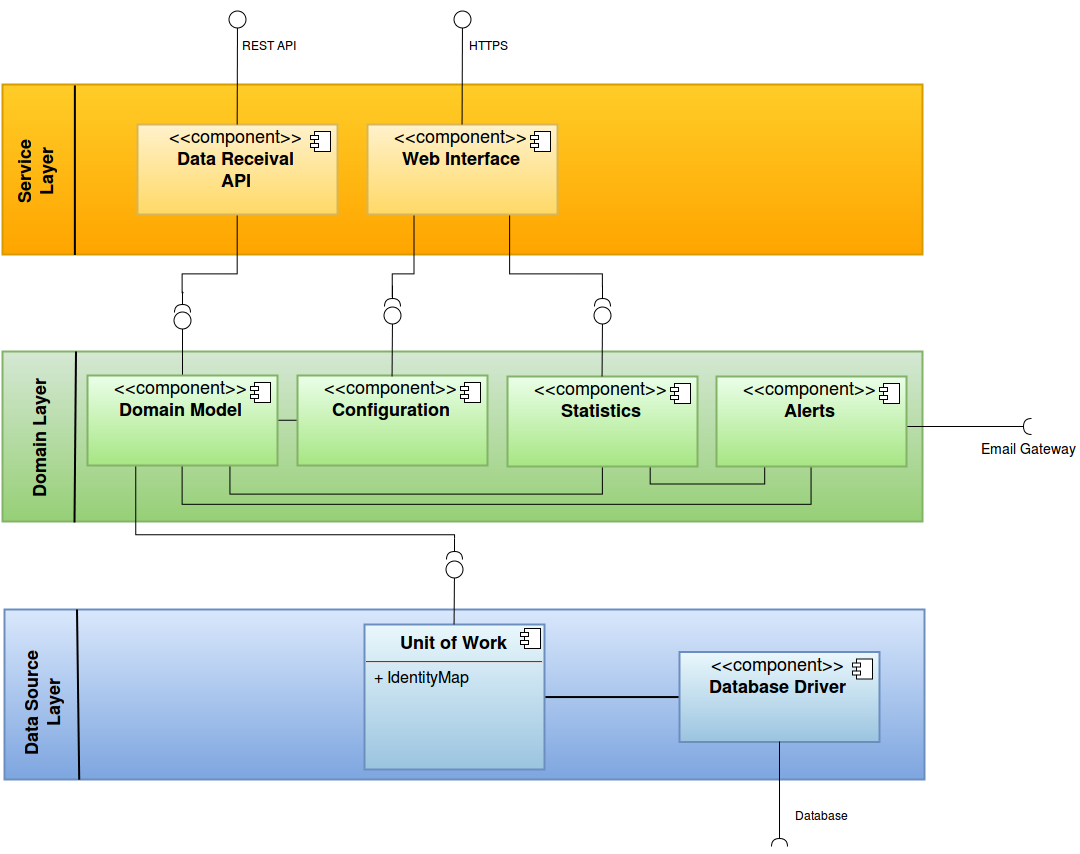
Earlier version of the draw.io export 7-software/images/Layers.png (imjoris/SoftwarePatternsGroup2). Source tidied: cells renumbered, new cells last; positions are measured from the earlier drawing's top-left corner, leaving out a move shared by most shapes.
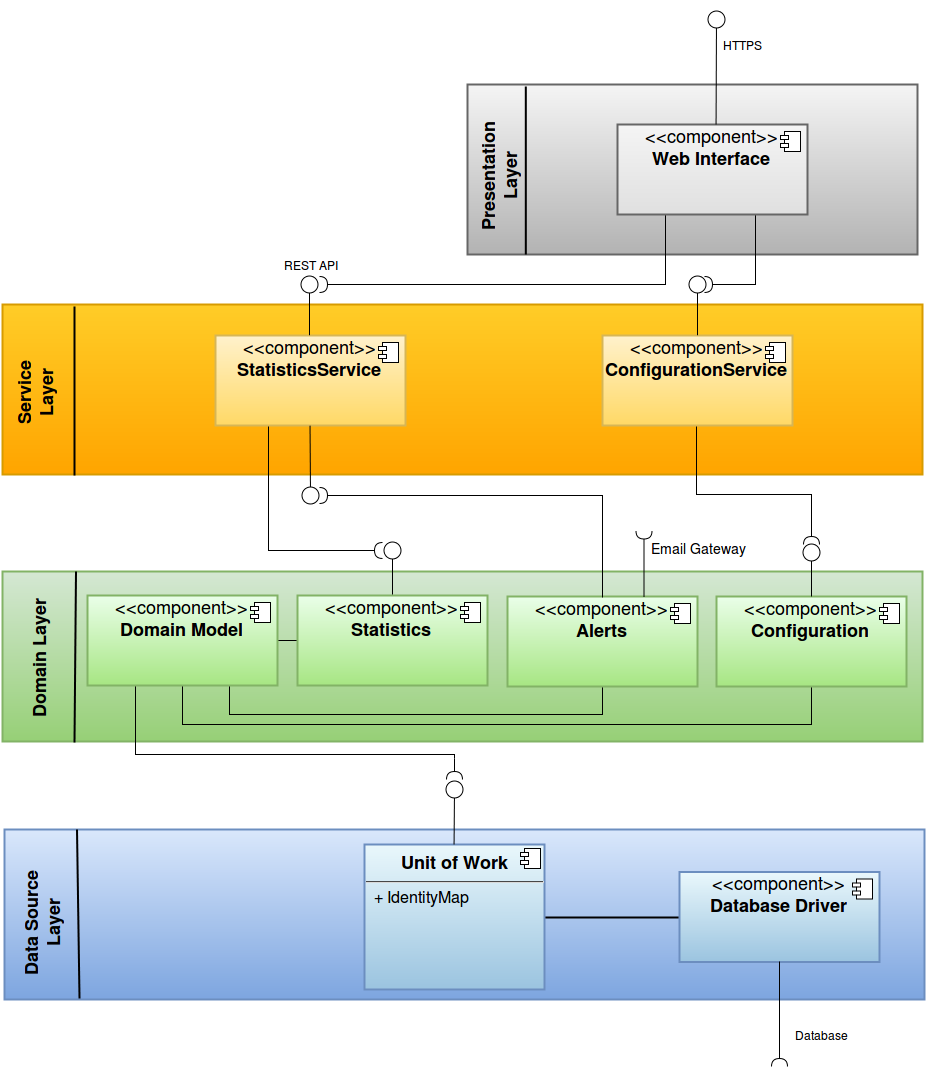
After the commit.

Commit message:
changes to layers and added service layer

The edit, as a diff of the source:
```diff
@@ -36,19 +36,2 @@
     </mxCell>
-    <mxCell id="11" style="edgeStyle=orthogonalEdgeStyle;rounded=0;html=1;exitX=0.5;exitY=1;entryX=0.481;entryY=0.979;entryPerimeter=0;startArrow=none;startFill=0;startSize=11;endArrow=none;endFill=0;endSize=17;strokeColor=#000000;strokeWidth=1;" parent="1" edge="1" target="45">
-      <mxGeometry relative="1" as="geometry">
-        <mxPoint x="234.1" y="194.9" as="sourcePoint" />
-        <Array as="points">
-          <mxPoint x="234" y="255" />
-          <mxPoint x="180" y="255" />
-        </Array>
-      </mxGeometry>
-    </mxCell>
-    <mxCell id="12" value="&lt;font style=&quot;font-size: 18px&quot;&gt;&amp;lt;&amp;lt;component&amp;gt;&amp;gt;&lt;br&gt;&lt;b&gt;Data Receival&lt;br&gt;API&lt;br&gt;&lt;/b&gt;&lt;/font&gt;" style="overflow=fill;html=1;rounded=0;shadow=0;glass=0;strokeWidth=2;plain-yellow;fontSize=16;" parent="1" vertex="1">
-      <mxGeometry x="135" y="105" width="200" height="90" as="geometry" />
-    </mxCell>
-    <mxCell id="13" style="shape=component;jettyWidth=8;jettyHeight=4;" parent="12" vertex="1">
-      <mxGeometry x="1" width="20" height="20" relative="1" as="geometry">
-        <mxPoint x="-27" y="7" as="offset" />
-      </mxGeometry>
-    </mxCell>
     <mxCell id="14" style="edgeStyle=orthogonalEdgeStyle;rounded=0;html=1;exitX=1;exitY=0.5;entryX=0;entryY=0.5;startArrow=none;startFill=0;startSize=8;endArrow=none;endFill=0;endSize=37;strokeColor=#000000;strokeWidth=2;" parent="1" edge="1" source="15" target="17">
@@ -72,21 +55,13 @@
     </mxCell>
-    <mxCell id="19" style="edgeStyle=orthogonalEdgeStyle;rounded=0;html=1;exitX=0.25;exitY=1;entryX=0.493;entryY=0.56;entryPerimeter=0;startArrow=none;startFill=0;startSize=11;endArrow=none;endFill=0;endSize=17;strokeColor=#000000;strokeWidth=1;" parent="1" edge="1" source="21" target="50">
-      <mxGeometry relative="1" as="geometry">
-        <Array as="points">
-          <mxPoint x="412" y="255" />
-          <mxPoint x="390" y="255" />
-        </Array>
-      </mxGeometry>
-    </mxCell>
-    <mxCell id="20" style="edgeStyle=orthogonalEdgeStyle;rounded=0;html=1;exitX=0.75;exitY=1;startArrow=none;startFill=0;startSize=11;endArrow=none;endFill=0;endSize=17;strokeColor=#000000;strokeWidth=1;" parent="1" edge="1" source="21">
-      <mxGeometry relative="1" as="geometry">
-        <mxPoint x="600" y="268" as="targetPoint" />
-        <Array as="points">
-          <mxPoint x="507" y="255" />
-          <mxPoint x="600" y="255" />
-        </Array>
-      </mxGeometry>
-    </mxCell>
+    <mxCell id="52" style="edgeStyle=orthogonalEdgeStyle;rounded=0;html=1;exitX=0.25;exitY=1;startArrow=none;startFill=0;startSize=11;endArrow=none;endFill=0;endSize=17;strokeColor=#000000;strokeWidth=1;" parent="1" edge="1">
+      <mxGeometry relative="1" as="geometry">
+        <mxPoint x="265.5" y="182.1" as="sourcePoint" />
+        <mxPoint x="360" y="311" as="targetPoint" />
+        <Array as="points">
+          <mxPoint x="266" y="311" />
+        </Array>
+      </mxGeometry>
+    </mxCell>
-    <mxCell id="21" value="&lt;font style=&quot;font-size: 18px&quot;&gt;&amp;lt;&amp;lt;component&amp;gt;&amp;gt;&lt;br&gt;&lt;b&gt;Web Interface&lt;br&gt;&lt;/b&gt;&lt;/font&gt;" style="overflow=fill;html=1;rounded=0;shadow=0;glass=0;strokeWidth=2;plain-yellow;" parent="1" vertex="1">
-      <mxGeometry x="365" y="105" width="190" height="90" as="geometry" />
+    <mxCell id="21" value="&lt;font style=&quot;font-size: 18px&quot;&gt;&amp;lt;&amp;lt;component&amp;gt;&amp;gt;&lt;br&gt;&lt;b&gt;StatisticsService&lt;br&gt;&lt;/b&gt;&lt;/font&gt;" style="overflow=fill;html=1;rounded=0;shadow=0;glass=0;strokeWidth=2;plain-yellow;" parent="1" vertex="1">
+      <mxGeometry x="213" y="96" width="190" height="90" as="geometry" />
     </mxCell>
@@ -97,2 +72,10 @@
     </mxCell>
+    <mxCell id="53" value="&lt;font style=&quot;font-size: 18px&quot;&gt;&amp;lt;&amp;lt;component&amp;gt;&amp;gt;&lt;br&gt;&lt;b&gt;StatisticsService&lt;br&gt;&lt;/b&gt;&lt;/font&gt;" style="overflow=fill;html=1;rounded=0;shadow=0;glass=0;strokeWidth=2;plain-yellow;" parent="1" vertex="1">
+      <mxGeometry x="665" y="-94" width="190" height="90" as="geometry" />
+    </mxCell>
+    <mxCell id="54" style="shape=component;jettyWidth=8;jettyHeight=4;" parent="53" vertex="1">
+      <mxGeometry x="1" width="20" height="20" relative="1" as="geometry">
+        <mxPoint x="-27" y="7" as="offset" />
+      </mxGeometry>
+    </mxCell>
     <mxCell id="23" style="edgeStyle=orthogonalEdgeStyle;rounded=0;html=1;exitX=0.5;exitY=1;entryX=0.75;entryY=1;startArrow=none;startFill=0;startSize=11;endArrow=none;endFill=0;endSize=17;strokeColor=#000000;strokeWidth=1;" parent="1" edge="1" source="25" target="47">
@@ -105,11 +88,3 @@
     </mxCell>
-    <mxCell id="24" style="edgeStyle=orthogonalEdgeStyle;rounded=0;html=1;exitX=0.75;exitY=1;entryX=0.25;entryY=1;startArrow=none;startFill=0;startSize=11;endArrow=none;endFill=0;endSize=17;strokeColor=#000000;strokeWidth=1;" parent="1" edge="1" source="25" target="32">
-      <mxGeometry relative="1" as="geometry">
-        <Array as="points">
-          <mxPoint x="648" y="465" />
-          <mxPoint x="762" y="465" />
-        </Array>
-      </mxGeometry>
-    </mxCell>
-    <mxCell id="25" value="&lt;font style=&quot;font-size: 18px&quot;&gt;&amp;lt;&amp;lt;component&amp;gt;&amp;gt;&lt;br&gt;&lt;b&gt;Statistics&lt;br&gt;&lt;/b&gt;&lt;/font&gt;" style="overflow=fill;html=1;rounded=0;shadow=0;glass=0;strokeWidth=2;plain-green;fillColor=#EAFFE9;gradientColor=#A7E683;" parent="1" vertex="1">
+    <mxCell id="25" value="&lt;font style=&quot;font-size: 18px&quot;&gt;&amp;lt;&amp;lt;component&amp;gt;&amp;gt;&lt;br&gt;&lt;b&gt;Alerts&lt;br&gt;&lt;/b&gt;&lt;/font&gt;" style="overflow=fill;html=1;rounded=0;shadow=0;glass=0;strokeWidth=2;plain-green;fillColor=#EAFFE9;gradientColor=#A7E683;" parent="1" vertex="1">
       <mxGeometry x="505" y="357" width="190" height="90" as="geometry" />
@@ -121,18 +96,7 @@
     </mxCell>
-    <mxCell id="27" style="endArrow=oval;html=1;strokeColor=#000000;strokeWidth=1;endFill=0;endSize=17;exitX=0.5;exitY=0;" parent="1" edge="1" source="12">
-      <mxGeometry relative="1" as="geometry">
-        <mxPoint x="235" as="targetPoint" />
-      </mxGeometry>
-    </mxCell>
-    <mxCell id="28" style="shape=requires;direction=north;html=1;rounded=0;shadow=0;glass=0;strokeColor=#000000;strokeWidth=1;fillColor=#EAFFE9;gradientColor=#A7E683;rotation=180;" parent="1" vertex="1">
-      <mxGeometry x="774" y="397" width="260" height="20" as="geometry" />
+    <mxCell id="28" style="shape=requires;direction=north;html=1;rounded=0;shadow=0;glass=0;strokeColor=#000000;strokeWidth=1;fillColor=#EAFFE9;gradientColor=#A7E683;rotation=90;" parent="1" vertex="1">
+      <mxGeometry x="606" y="312" width="71" height="20" as="geometry" />
     </mxCell>
-    <mxCell id="29" style="endArrow=oval;html=1;strokeColor=#000000;strokeWidth=1;endFill=0;endSize=17;exitX=0.5;exitY=0;" parent="1" edge="1">
-      <mxGeometry relative="1" as="geometry">
-        <mxPoint x="459.6" y="105" as="sourcePoint" />
-        <mxPoint x="460" as="targetPoint" />
-      </mxGeometry>
-    </mxCell>
     <mxCell id="30" value="&lt;font style=&quot;font-size: 14px&quot;&gt;Email Gateway&lt;br&gt;&lt;/font&gt;" style="text;html=1;strokeColor=none;fillColor=none;align=center;verticalAlign=middle;whiteSpace=wrap;overflow=hidden;rounded=0;shadow=0;glass=0;" parent="1" vertex="1">
-      <mxGeometry x="974" y="417" width="102" height="20" as="geometry" />
+      <mxGeometry x="644" y="297" width="102" height="20" as="geometry" />
     </mxCell>
@@ -146,3 +110,12 @@
     </mxCell>
+    <mxCell id="55" style="edgeStyle=orthogonalEdgeStyle;rounded=0;html=1;exitX=0.5;exitY=0;entryX=0.55;entryY=0.885;entryPerimeter=0;startArrow=none;startFill=0;startSize=11;endArrow=none;endFill=0;endSize=17;strokeColor=#000000;strokeWidth=1;" parent="1" edge="1">
+      <mxGeometry relative="1" as="geometry">
+        <mxPoint x="600" y="358" as="sourcePoint" />
+        <mxPoint x="335" y="256" as="targetPoint" />
+        <Array as="points">
+          <mxPoint x="600" y="256" />
+        </Array>
+      </mxGeometry>
+    </mxCell>
-    <mxCell id="32" value="&lt;font style=&quot;font-size: 18px&quot;&gt;&amp;lt;&amp;lt;component&amp;gt;&amp;gt;&lt;br&gt;&lt;b&gt;Alerts&lt;br&gt;&lt;/b&gt;&lt;/font&gt;" style="overflow=fill;html=1;rounded=0;shadow=0;glass=0;strokeWidth=2;plain-green;fillColor=#EAFFE9;gradientColor=#A7E683;" parent="1" vertex="1">
+    <mxCell id="32" value="&lt;font style=&quot;font-size: 18px&quot;&gt;&amp;lt;&amp;lt;component&amp;gt;&amp;gt;&lt;br&gt;&lt;b&gt;Configuration&lt;br&gt;&lt;/b&gt;&lt;/font&gt;" style="overflow=fill;html=1;rounded=0;shadow=0;glass=0;strokeWidth=2;plain-green;fillColor=#EAFFE9;gradientColor=#A7E683;" parent="1" vertex="1">
       <mxGeometry x="714" y="357" width="190" height="90" as="geometry" />
@@ -155,6 +128,6 @@
     <mxCell id="34" value="HTTPS" style="text;html=1;strokeColor=none;fillColor=none;align=center;verticalAlign=middle;whiteSpace=wrap;overflow=hidden;rounded=0;shadow=0;glass=0;" parent="1" vertex="1">
-      <mxGeometry x="434" y="15" width="102" height="20" as="geometry" />
+      <mxGeometry x="688" y="-205" width="102" height="20" as="geometry" />
     </mxCell>
     <mxCell id="35" value="REST API&lt;br&gt;" style="text;html=1;strokeColor=none;fillColor=none;align=center;verticalAlign=middle;whiteSpace=wrap;overflow=hidden;rounded=0;shadow=0;glass=0;" parent="1" vertex="1">
-      <mxGeometry x="215" y="15" width="102" height="20" as="geometry" />
+      <mxGeometry x="257" y="15" width="102" height="20" as="geometry" />
     </mxCell>
@@ -178,3 +151,3 @@
     </mxCell>
-    <mxCell id="41" value="&lt;font style=&quot;font-size: 18px&quot;&gt;&amp;lt;&amp;lt;component&amp;gt;&amp;gt;&lt;br&gt;&lt;b&gt;Configuration&lt;br&gt;&lt;/b&gt;&lt;/font&gt;" style="overflow=fill;html=1;rounded=0;shadow=0;glass=0;strokeWidth=2;plain-green;fillColor=#EAFFE9;gradientColor=#A7E683;" parent="1" vertex="1">
+    <mxCell id="41" value="&lt;font style=&quot;font-size: 18px&quot;&gt;&amp;lt;&amp;lt;component&amp;gt;&amp;gt;&lt;br&gt;&lt;b&gt;Statistics&lt;br&gt;&lt;/b&gt;&lt;/font&gt;" style="overflow=fill;html=1;rounded=0;shadow=0;glass=0;strokeWidth=2;plain-green;fillColor=#EAFFE9;gradientColor=#A7E683;" parent="1" vertex="1">
       <mxGeometry x="295" y="356" width="190" height="90" as="geometry" />
@@ -186,17 +159,2 @@
     </mxCell>
-    <mxCell id="43" style="endArrow=oval;html=1;strokeColor=#000000;strokeWidth=1;endFill=0;endSize=17;exitX=0.5;exitY=0;" parent="1" edge="1">
-      <mxGeometry x="414.6" y="587" as="geometry">
-        <mxPoint x="389.6" y="357" as="sourcePoint" />
-        <mxPoint x="390" y="296" as="targetPoint" />
-      </mxGeometry>
-    </mxCell>
-    <mxCell id="44" style="endArrow=oval;html=1;strokeColor=#000000;strokeWidth=1;endFill=0;endSize=17;" parent="1" edge="1">
-      <mxGeometry x="204.6" y="592" as="geometry">
-        <mxPoint x="180" y="356" as="sourcePoint" />
-        <mxPoint x="180" y="301" as="targetPoint" />
-      </mxGeometry>
-    </mxCell>
-    <mxCell id="45" style="shape=requires;direction=north;html=1;rounded=0;shadow=0;glass=0;strokeColor=#000000;strokeWidth=1;fillColor=#EAFFE9;gradientColor=#A7E683;rotation=-90;" parent="1" vertex="1">
-      <mxGeometry x="167" y="275" width="26" height="20" as="geometry" />
-    </mxCell>
     <mxCell id="46" style="edgeStyle=orthogonalEdgeStyle;rounded=0;html=1;exitX=0.25;exitY=1;startArrow=none;startFill=0;startSize=11;endArrow=none;endFill=0;endSize=17;strokeColor=#000000;strokeWidth=1;" parent="1" edge="1" source="47" target="39">
@@ -217,14 +175,108 @@
     </mxCell>
-    <mxCell id="49" style="endArrow=oval;html=1;strokeColor=#000000;strokeWidth=1;endFill=0;endSize=17;exitX=0.5;exitY=0;" parent="1" edge="1">
-      <mxGeometry x="624.6" y="587" as="geometry">
-        <mxPoint x="599.6" y="357" as="sourcePoint" />
-        <mxPoint x="600" y="296" as="targetPoint" />
-      </mxGeometry>
-    </mxCell>
-    <mxCell id="50" style="shape=requires;direction=north;html=1;rounded=0;shadow=0;glass=0;strokeColor=#000000;strokeWidth=1;fillColor=#EAFFE9;gradientColor=#A7E683;rotation=-90;" parent="1" vertex="1">
-      <mxGeometry x="377" y="269" width="26" height="20" as="geometry" />
+    <mxCell id="50" style="shape=requires;direction=north;html=1;rounded=0;shadow=0;glass=0;strokeColor=#000000;strokeWidth=1;fillColor=#EAFFE9;gradientColor=#A7E683;rotation=0;" parent="1" vertex="1">
+      <mxGeometry x="312" y="35" width="26" height="20" as="geometry" />
     </mxCell>
-    <mxCell id="51" style="shape=requires;direction=north;html=1;rounded=0;shadow=0;glass=0;strokeColor=#000000;strokeWidth=1;fillColor=#EAFFE9;gradientColor=#A7E683;rotation=-90;" parent="1" vertex="1">
-      <mxGeometry x="587" y="269" width="26" height="20" as="geometry" />
-    </mxCell>
+    <mxCell id="56" style="endArrow=oval;html=1;strokeColor=#000000;strokeWidth=1;endFill=0;endSize=17;exitX=0.75;exitY=1;" parent="1" edge="1">
+      <mxGeometry x="360.6" y="536" as="geometry">
+        <mxPoint x="307.5" y="186.2" as="sourcePoint" />
+        <mxPoint x="308" y="256" as="targetPoint" />
+      </mxGeometry>
+    </mxCell>
+    <mxCell id="57" style="shape=requires;direction=north;html=1;rounded=0;shadow=0;glass=0;strokeColor=#000000;strokeWidth=1;fillColor=#EAFFE9;gradientColor=#A7E683;rotation=0;" parent="1" vertex="1">
+      <mxGeometry x="312" y="246" width="26" height="20" as="geometry" />
+    </mxCell>
+    <mxCell id="58" style="rounded=0;strokeWidth=2;html=1;plain-gray;" parent="1" vertex="1">
+      <mxGeometry x="465" y="-155" width="450" height="170" as="geometry" />
+    </mxCell>
+    <mxCell id="59" style="edgeStyle=none;endArrow=none;startArrow=none;strokeWidth=2;html=1;entryX=0.078;entryY=1.003;entryPerimeter=0;exitX=0.078;exitY=0.009;exitPerimeter=0;" parent="1" edge="1">
+      <mxGeometry x="618.6" y="30" as="geometry">
+        <mxPoint x="523.3" y="-153" as="sourcePoint" />
+        <mxPoint x="523.3" y="15" as="targetPoint" />
+      </mxGeometry>
+    </mxCell>
+    <mxCell id="60" value="Presentation&lt;br&gt;&lt;div align=&quot;center&quot;&gt;Layer&lt;br&gt;&lt;/div&gt;" style="text;horizontal=0;fontSize=18;fontStyle=1;html=1;" parent="1" vertex="1">
+      <mxGeometry x="469.4" y="-34.5" width="129.6" height="26" as="geometry" />
+    </mxCell>
+    <mxCell id="61" style="edgeStyle=orthogonalEdgeStyle;rounded=0;html=1;exitX=0.25;exitY=1;entryX=0.383;entryY=0.987;entryPerimeter=0;startArrow=none;startFill=0;startSize=11;endArrow=none;endFill=0;endSize=17;strokeColor=#000000;strokeWidth=1;" parent="1" edge="1" source="63">
+      <mxGeometry relative="1" as="geometry">
+        <mxPoint x="337.4" y="45.3" as="targetPoint" />
+        <Array as="points">
+          <mxPoint x="663" y="45" />
+        </Array>
+      </mxGeometry>
+    </mxCell>
+    <mxCell id="62" style="edgeStyle=orthogonalEdgeStyle;rounded=0;html=1;exitX=0.75;exitY=1;startArrow=none;startFill=0;startSize=11;endArrow=none;endFill=0;endSize=17;strokeColor=#000000;strokeWidth=1;" parent="1" edge="1">
+      <mxGeometry relative="1" as="geometry">
+        <mxPoint x="753.3" y="-25.2" as="sourcePoint" />
+        <mxPoint x="721" y="45" as="targetPoint" />
+        <Array as="points">
+          <mxPoint x="753" y="45" />
+        </Array>
+      </mxGeometry>
+    </mxCell>
+    <mxCell id="63" value="&lt;font style=&quot;font-size: 18px&quot;&gt;&amp;lt;&amp;lt;component&amp;gt;&amp;gt;&lt;br&gt;&lt;b&gt;Web Interface&lt;br&gt;&lt;/b&gt;&lt;/font&gt;" style="overflow=fill;html=1;rounded=0;shadow=0;glass=0;strokeWidth=2;plain-gray;gradientColor=#E0E0E0;" parent="1" vertex="1">
+      <mxGeometry x="615" y="-115" width="190" height="90" as="geometry" />
+    </mxCell>
+    <mxCell id="64" style="shape=component;jettyWidth=8;jettyHeight=4;" parent="63" vertex="1">
+      <mxGeometry x="1" width="20" height="20" relative="1" as="geometry">
+        <mxPoint x="-27" y="7" as="offset" />
+      </mxGeometry>
+    </mxCell>
+    <mxCell id="29" style="endArrow=oval;html=1;strokeColor=#000000;strokeWidth=1;endFill=0;endSize=17;exitX=0.5;exitY=0;" parent="1" edge="1">
+      <mxGeometry relative="1" as="geometry">
+        <mxPoint x="713.6" y="-115" as="sourcePoint" />
+        <mxPoint x="714" y="-220" as="targetPoint" />
+      </mxGeometry>
+    </mxCell>
+    <mxCell id="65" style="endArrow=oval;html=1;strokeColor=#000000;strokeWidth=1;endFill=0;endSize=17;exitX=0.5;exitY=0;" parent="1" edge="1">
+      <mxGeometry relative="1" as="geometry">
+        <mxPoint x="307" y="95.7" as="sourcePoint" />
+        <mxPoint x="307" y="45" as="targetPoint" />
+      </mxGeometry>
+    </mxCell>
+    <mxCell id="66" style="edgeStyle=orthogonalEdgeStyle;rounded=0;html=1;exitX=0.5;exitY=1;entryX=0.45;entryY=0.923;entryPerimeter=0;startArrow=none;startFill=0;startSize=11;endArrow=none;endFill=0;endSize=17;strokeColor=#000000;strokeWidth=1;" parent="1" edge="1">
+      <mxGeometry relative="1" as="geometry">
+        <mxPoint x="694" y="186" as="sourcePoint" />
+        <mxPoint x="809" y="286" as="targetPoint" />
+        <Array as="points">
+          <mxPoint x="694" y="255" />
+          <mxPoint x="809" y="255" />
+        </Array>
+      </mxGeometry>
+    </mxCell>
+    <mxCell id="67" value="&lt;font style=&quot;font-size: 18px&quot;&gt;&amp;lt;&amp;lt;component&amp;gt;&amp;gt;&lt;br&gt;&lt;b&gt;ConfigurationService&lt;br&gt;&lt;/b&gt;&lt;/font&gt;" style="overflow=fill;html=1;rounded=0;shadow=0;glass=0;strokeWidth=2;plain-yellow;" parent="1" vertex="1">
+      <mxGeometry x="600" y="96" width="190" height="90" as="geometry" />
+    </mxCell>
+    <mxCell id="68" style="shape=component;jettyWidth=8;jettyHeight=4;" parent="67" vertex="1">
+      <mxGeometry x="1" width="20" height="20" relative="1" as="geometry">
+        <mxPoint x="-27" y="7" as="offset" />
+      </mxGeometry>
+    </mxCell>
+    <mxCell id="69" style="shape=requires;direction=north;html=1;rounded=0;shadow=0;glass=0;strokeColor=#000000;strokeWidth=1;fillColor=#EAFFE9;gradientColor=#A7E683;rotation=180;" parent="1" vertex="1">
+      <mxGeometry x="359" y="301" width="26" height="20" as="geometry" />
+    </mxCell>
+    <mxCell id="43" style="endArrow=oval;html=1;strokeColor=#000000;strokeWidth=1;endFill=0;endSize=17;" parent="1" edge="1">
+      <mxGeometry x="414.6" y="602" as="geometry">
+        <mxPoint x="390" y="355" as="sourcePoint" />
+        <mxPoint x="390" y="311" as="targetPoint" />
+      </mxGeometry>
+    </mxCell>
+    <mxCell id="70" style="endArrow=oval;html=1;strokeColor=#000000;strokeWidth=1;endFill=0;endSize=17;" parent="1" edge="1">
+      <mxGeometry x="833.6" y="604" as="geometry">
+        <mxPoint x="809" y="357" as="sourcePoint" />
+        <mxPoint x="809" y="313" as="targetPoint" />
+      </mxGeometry>
+    </mxCell>
+    <mxCell id="71" style="shape=requires;direction=north;html=1;rounded=0;shadow=0;glass=0;strokeColor=#000000;strokeWidth=1;fillColor=#EAFFE9;gradientColor=#A7E683;rotation=-90;" parent="1" vertex="1">
+      <mxGeometry x="796" y="287" width="26" height="20" as="geometry" />
+    </mxCell>
+    <mxCell id="72" style="endArrow=oval;html=1;strokeColor=#000000;strokeWidth=1;endFill=0;endSize=17;exitX=0.5;exitY=0;" parent="1" edge="1">
+      <mxGeometry relative="1" as="geometry">
+        <mxPoint x="695" y="95.7" as="sourcePoint" />
+        <mxPoint x="695" y="45" as="targetPoint" />
+      </mxGeometry>
+    </mxCell>
+    <mxCell id="73" style="shape=requires;direction=north;html=1;rounded=0;shadow=0;glass=0;strokeColor=#000000;strokeWidth=1;fillColor=#EAFFE9;gradientColor=#A7E683;rotation=0;" parent="1" vertex="1">
+      <mxGeometry x="697" y="35" width="26" height="20" as="geometry" />
+    </mxCell>
   </root>
```
